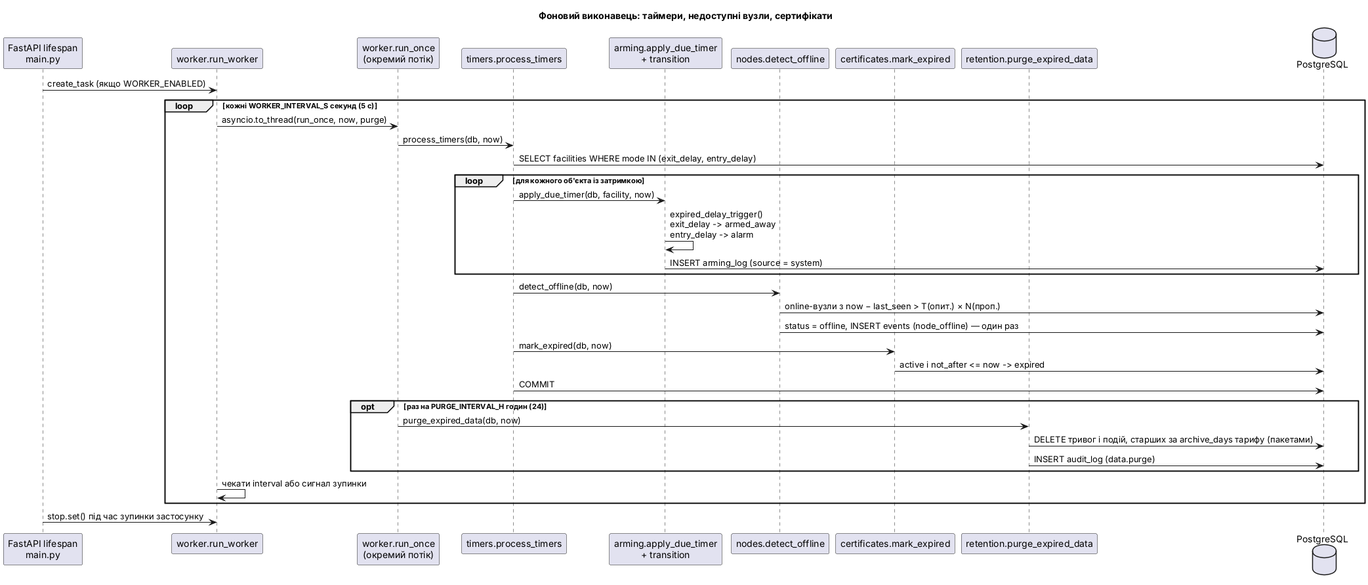
Above: docs/diagrams/sequence-timers.png in NureDribnytsiaNazar/oberih (PlantUML), before the change. Its diagram source:
```plantuml
@startuml sequence-timers
skinparam shadowing false
skinparam defaultFontName Arial
title Фоновий виконавець: таймери, недоступні вузли, сертифікати

participant "FastAPI lifespan\nmain.py" as Life
participant "worker.run_worker" as Worker
participant "worker.run_once\n(окремий потік)" as Once
participant "timers.process_timers" as Timers
participant "arming.apply_due_timer\n+ transition" as Arming
participant "nodes.detect_offline" as Nodes
participant "certificates.mark_expired" as Certs
participant "retention.purge_expired_data" as Purge
database "PostgreSQL" as Db

Life -> Worker : create_task (якщо WORKER_ENABLED)
loop кожні WORKER_INTERVAL_S секунд (5 с)
  Worker -> Once : asyncio.to_thread(run_once, now, purge)
  Once -> Timers : process_timers(db, now)
  Timers -> Db : SELECT facilities WHERE mode IN (exit_delay, entry_delay)
  loop для кожного об'єкта із затримкою
    Timers -> Arming : apply_due_timer(db, facility, now)
    Arming -> Arming : expired_delay_trigger()\nexit_delay -> armed_away\nentry_delay -> alarm
    Arming -> Db : INSERT arming_log (source = system)
  end
  Timers -> Nodes : detect_offline(db, now)
  Nodes -> Db : online-вузли з now − last_seen > T(опит.) × N(проп.)
  Nodes -> Db : status = offline, INSERT events (node_offline) — один раз
  Timers -> Certs : mark_expired(db, now)
  Certs -> Db : active і not_after <= now -> expired
  Timers -> Db : COMMIT
  opt раз на PURGE_INTERVAL_H годин (24)
    Once -> Purge : purge_expired_data(db, now)
    Purge -> Db : DELETE тривог і подій, старших за archive_days тарифу (пакетами)
    Purge -> Db : INSERT audit_log (data.purge)
  end
  Worker -> Worker : чекати interval або сигнал зупинки
end
Life -> Worker : stop.set() під час зупинки застосунку
@enduml
```
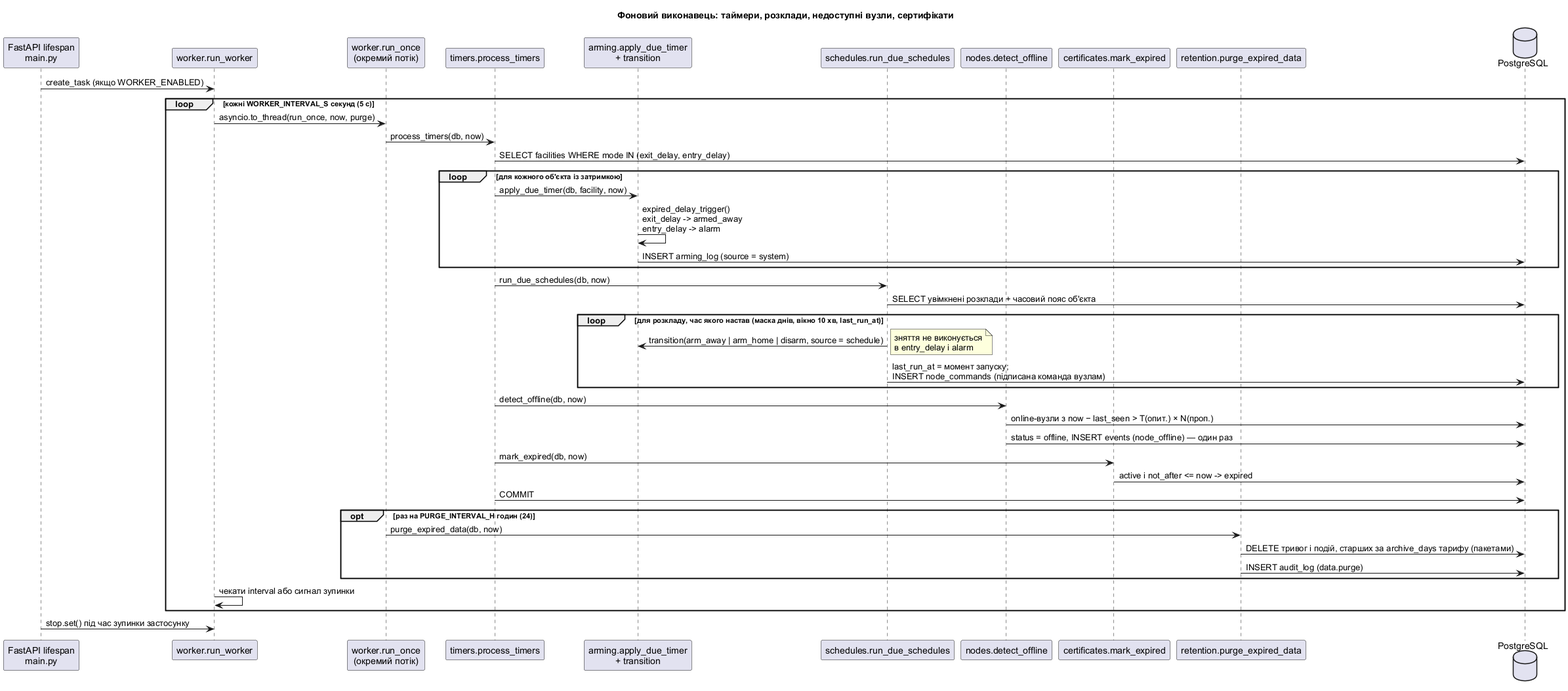
The same file after the commit.

Commit message:
Документація: діаграми IoT і таймерів після живого запуску та розкладів

Diff of the diagram source:
```diff
@@ -1,13 +1,14 @@
 @startuml sequence-timers
 skinparam shadowing false
 skinparam defaultFontName Arial
-title Фоновий виконавець: таймери, недоступні вузли, сертифікати
+title Фоновий виконавець: таймери, розклади, недоступні вузли, сертифікати
 
 participant "FastAPI lifespan\nmain.py" as Life
 participant "worker.run_worker" as Worker
 participant "worker.run_once\n(окремий потік)" as Once
 participant "timers.process_timers" as Timers
 participant "arming.apply_due_timer\n+ transition" as Arming
+participant "schedules.run_due_schedules" as Sched
 participant "nodes.detect_offline" as Nodes
 participant "certificates.mark_expired" as Certs
 participant "retention.purge_expired_data" as Purge
@@ -22,6 +23,13 @@
     Timers -> Arming : apply_due_timer(db, facility, now)
     Arming -> Arming : expired_delay_trigger()\nexit_delay -> armed_away\nentry_delay -> alarm
     Arming -> Db : INSERT arming_log (source = system)
+  end
+  Timers -> Sched : run_due_schedules(db, now)
+  Sched -> Db : SELECT увімкнені розклади + часовий пояс об'єкта
+  loop для розкладу, час якого настав (маска днів, вікно 10 хв, last_run_at)
+    Sched -> Arming : transition(arm_away | arm_home | disarm, source = schedule)
+    note right : зняття не виконується\nв entry_delay і alarm
+    Sched -> Db : last_run_at = момент запуску;\nINSERT node_commands (підписана команда вузлам)
   end
   Timers -> Nodes : detect_offline(db, now)
   Nodes -> Db : online-вузли з now − last_seen > T(опит.) × N(проп.)
```
